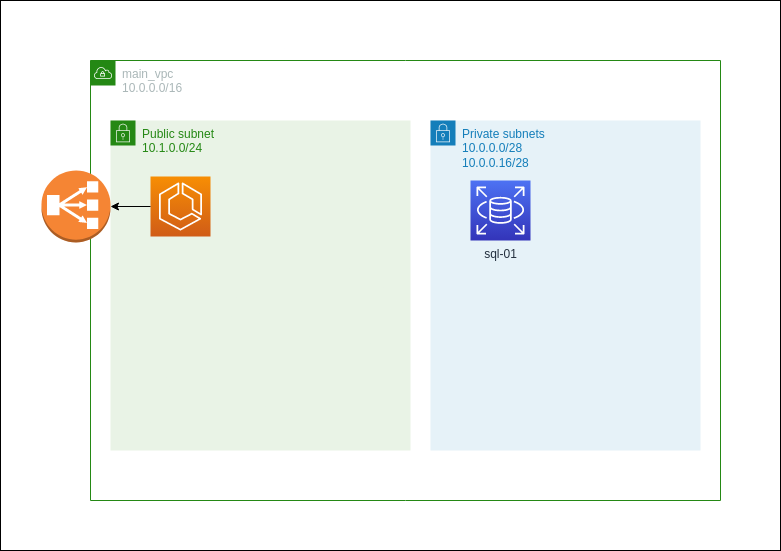
This is diagram.png from Mjkli/ecs_demo, a draw.io export, as it was before one commit. Source tidied: cells renumbered, new cells last; positions are measured from the earlier drawing's top-left corner, leaving out a move shared by most shapes. Source of this version:
```xml
<mxGraphModel>
  <root>
    <mxCell id="0" />
    <mxCell id="1" parent="0" />
    <mxCell id="2" style="rounded=0;whiteSpace=wrap;html=1;" parent="1" vertex="1">
      <mxGeometry width="780" height="550" as="geometry" />
    </mxCell>
    <mxCell id="3" value="main_vpc&lt;br&gt;10.0.0.0/16" style="gradientColor=none;html=1;whiteSpace=wrap;fontSize=12;fontStyle=0;shape=mxgraph.aws4.group;grIcon=mxgraph.aws4.group_vpc;strokeColor=#248814;fillColor=none;verticalAlign=top;align=left;spacingLeft=30;fontColor=#AAB7B8;dashed=0;" parent="1" vertex="1">
      <mxGeometry x="90" y="60" width="630" height="440" as="geometry" />
    </mxCell>
    <mxCell id="4" value="Public subnet&lt;br&gt;10.1.0.0/24" style="gradientColor=none;html=1;whiteSpace=wrap;fontSize=12;fontStyle=0;shape=mxgraph.aws4.group;grIcon=mxgraph.aws4.group_security_group;grStroke=0;strokeColor=#248814;fillColor=#E9F3E6;verticalAlign=top;align=left;spacingLeft=30;fontColor=#248814;dashed=0;" parent="3" vertex="1">
      <mxGeometry x="20" y="60" width="300" height="330" as="geometry" />
    </mxCell>
    <mxCell id="5" style="sketch=0;points=[[0,0,0],[0.25,0,0],[0.5,0,0],[0.75,0,0],[1,0,0],[0,1,0],[0.25,1,0],[0.5,1,0],[0.75,1,0],[1,1,0],[0,0.25,0],[0,0.5,0],[0,0.75,0],[1,0.25,0],[1,0.5,0],[1,0.75,0]];outlineConnect=0;fontColor=#232F3E;gradientColor=#F78E04;gradientDirection=north;fillColor=#D05C17;strokeColor=#ffffff;dashed=0;verticalLabelPosition=bottom;verticalAlign=top;align=center;html=1;fontSize=12;fontStyle=0;shape=mxgraph.aws4.resourceIcon;resIcon=mxgraph.aws4.ecs;" parent="4" vertex="1">
      <mxGeometry x="40" y="56" width="60" height="60" as="geometry" />
    </mxCell>
    <mxCell id="6" value="Private subnets&lt;br&gt;10.0.0.0/28&lt;br&gt;10.0.0.16/28" style="gradientColor=none;html=1;whiteSpace=wrap;fontSize=12;fontStyle=0;shape=mxgraph.aws4.group;grIcon=mxgraph.aws4.group_security_group;grStroke=0;strokeColor=#147EBA;fillColor=#E6F2F8;verticalAlign=top;align=left;spacingLeft=30;fontColor=#147EBA;dashed=0;" parent="3" vertex="1">
      <mxGeometry x="340" y="60" width="270" height="330" as="geometry" />
    </mxCell>
    <mxCell id="7" value="sql-01" style="sketch=0;fontColor=#232F3E;gradientColor=#4D72F3;gradientDirection=north;fillColor=#3334B9;strokeColor=#ffffff;dashed=0;verticalLabelPosition=bottom;verticalAlign=top;align=center;html=1;fontSize=12;fontStyle=0;shape=mxgraph.aws4.resourceIcon;resIcon=mxgraph.aws4.rds;" parent="6" vertex="1">
      <mxGeometry x="40" y="60" width="60" height="60" as="geometry" />
    </mxCell>
    <mxCell id="8" style="outlineConnect=0;dashed=0;verticalLabelPosition=bottom;verticalAlign=top;align=center;html=1;shape=mxgraph.aws3.classic_load_balancer;fillColor=#F58534;gradientColor=none;" parent="3" vertex="1">
      <mxGeometry x="-49" y="110" width="69" height="72" as="geometry" />
    </mxCell>
    <mxCell id="9" style="edgeStyle=orthogonalEdgeStyle;rounded=0;jettySize=auto;html=1;exitX=0;exitY=0.5;exitDx=0;exitDy=0;exitPerimeter=0;entryX=1;entryY=0.5;entryDx=0;entryDy=0;entryPerimeter=0;" parent="3" edge="1" source="5" target="8">
      <mxGeometry relative="1" as="geometry" />
    </mxCell>
  </root>
</mxGraphModel>
```
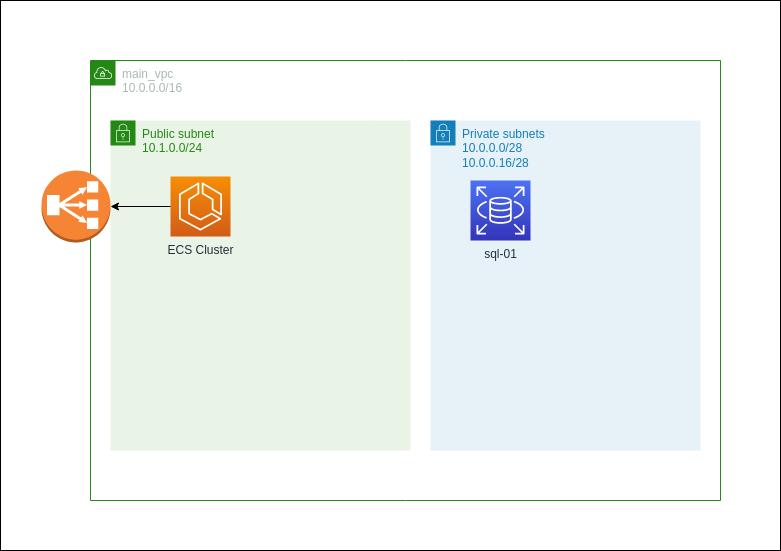
After the change.

The edit, as a diff of the source:
```diff
@@ -11,8 +11,8 @@
     <mxCell id="4" value="Public subnet&lt;br&gt;10.1.0.0/24" style="gradientColor=none;html=1;whiteSpace=wrap;fontSize=12;fontStyle=0;shape=mxgraph.aws4.group;grIcon=mxgraph.aws4.group_security_group;grStroke=0;strokeColor=#248814;fillColor=#E9F3E6;verticalAlign=top;align=left;spacingLeft=30;fontColor=#248814;dashed=0;" parent="3" vertex="1">
       <mxGeometry x="20" y="60" width="300" height="330" as="geometry" />
     </mxCell>
-    <mxCell id="5" style="sketch=0;points=[[0,0,0],[0.25,0,0],[0.5,0,0],[0.75,0,0],[1,0,0],[0,1,0],[0.25,1,0],[0.5,1,0],[0.75,1,0],[1,1,0],[0,0.25,0],[0,0.5,0],[0,0.75,0],[1,0.25,0],[1,0.5,0],[1,0.75,0]];outlineConnect=0;fontColor=#232F3E;gradientColor=#F78E04;gradientDirection=north;fillColor=#D05C17;strokeColor=#ffffff;dashed=0;verticalLabelPosition=bottom;verticalAlign=top;align=center;html=1;fontSize=12;fontStyle=0;shape=mxgraph.aws4.resourceIcon;resIcon=mxgraph.aws4.ecs;" parent="4" vertex="1">
-      <mxGeometry x="40" y="56" width="60" height="60" as="geometry" />
+    <mxCell id="5" value="ECS Cluster" style="sketch=0;points=[[0,0,0],[0.25,0,0],[0.5,0,0],[0.75,0,0],[1,0,0],[0,1,0],[0.25,1,0],[0.5,1,0],[0.75,1,0],[1,1,0],[0,0.25,0],[0,0.5,0],[0,0.75,0],[1,0.25,0],[1,0.5,0],[1,0.75,0]];outlineConnect=0;fontColor=#232F3E;gradientColor=#F78E04;gradientDirection=north;fillColor=#D05C17;strokeColor=#ffffff;dashed=0;verticalLabelPosition=bottom;verticalAlign=top;align=center;html=1;fontSize=12;fontStyle=0;shape=mxgraph.aws4.resourceIcon;resIcon=mxgraph.aws4.ecs;" parent="4" vertex="1">
+      <mxGeometry x="60" y="56" width="60" height="60" as="geometry" />
     </mxCell>
     <mxCell id="6" value="Private subnets&lt;br&gt;10.0.0.0/28&lt;br&gt;10.0.0.16/28" style="gradientColor=none;html=1;whiteSpace=wrap;fontSize=12;fontStyle=0;shape=mxgraph.aws4.group;grIcon=mxgraph.aws4.group_security_group;grStroke=0;strokeColor=#147EBA;fillColor=#E6F2F8;verticalAlign=top;align=left;spacingLeft=30;fontColor=#147EBA;dashed=0;" parent="3" vertex="1">
       <mxGeometry x="340" y="60" width="270" height="330" as="geometry" />
```
